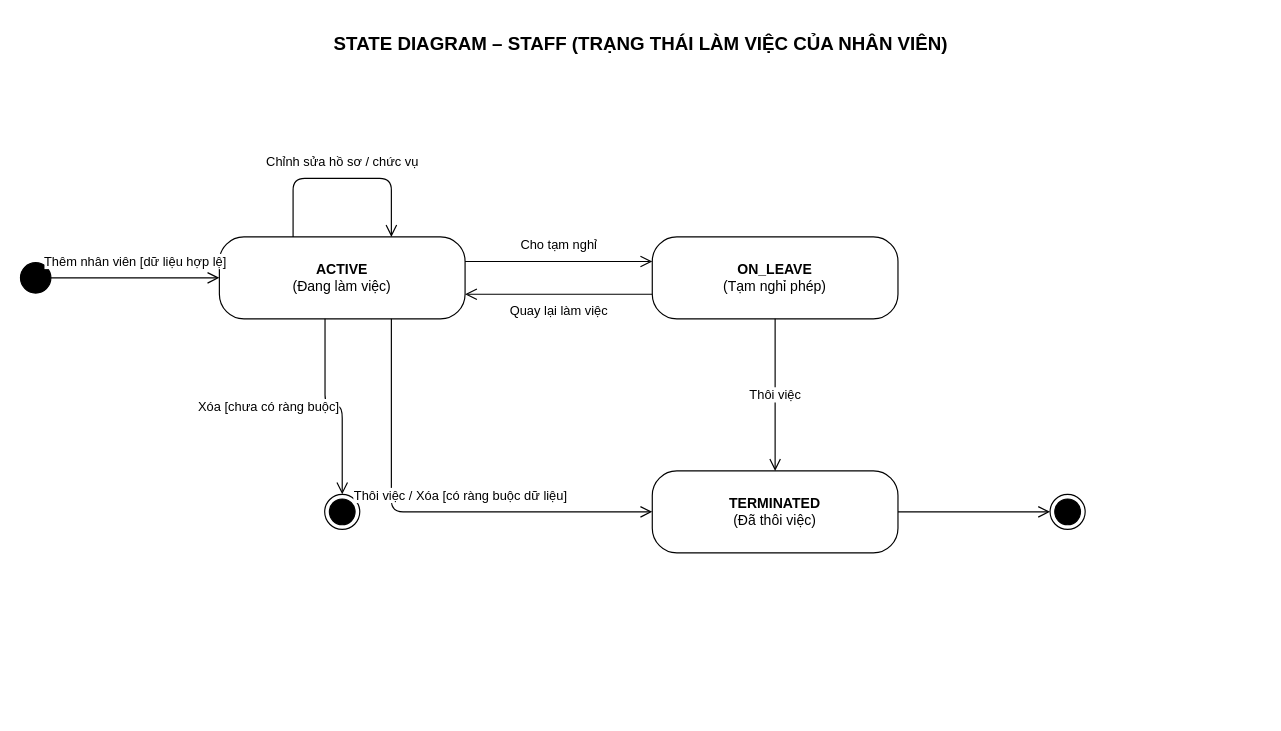
Earlier version of the draw.io diagram docs/diagrams/State diagram/state-staff.drawio (chihai9-dev/quan-ly-nha-sach-ooad). Source tidied: cells renumbered, new cells numbered last; positions are measured from the earlier drawing's top-left corner, leaving out a move shared by most shapes. Both pictures are drawn from the tidied source at 117%, with x=0, y=0 at pixel (20, 26).
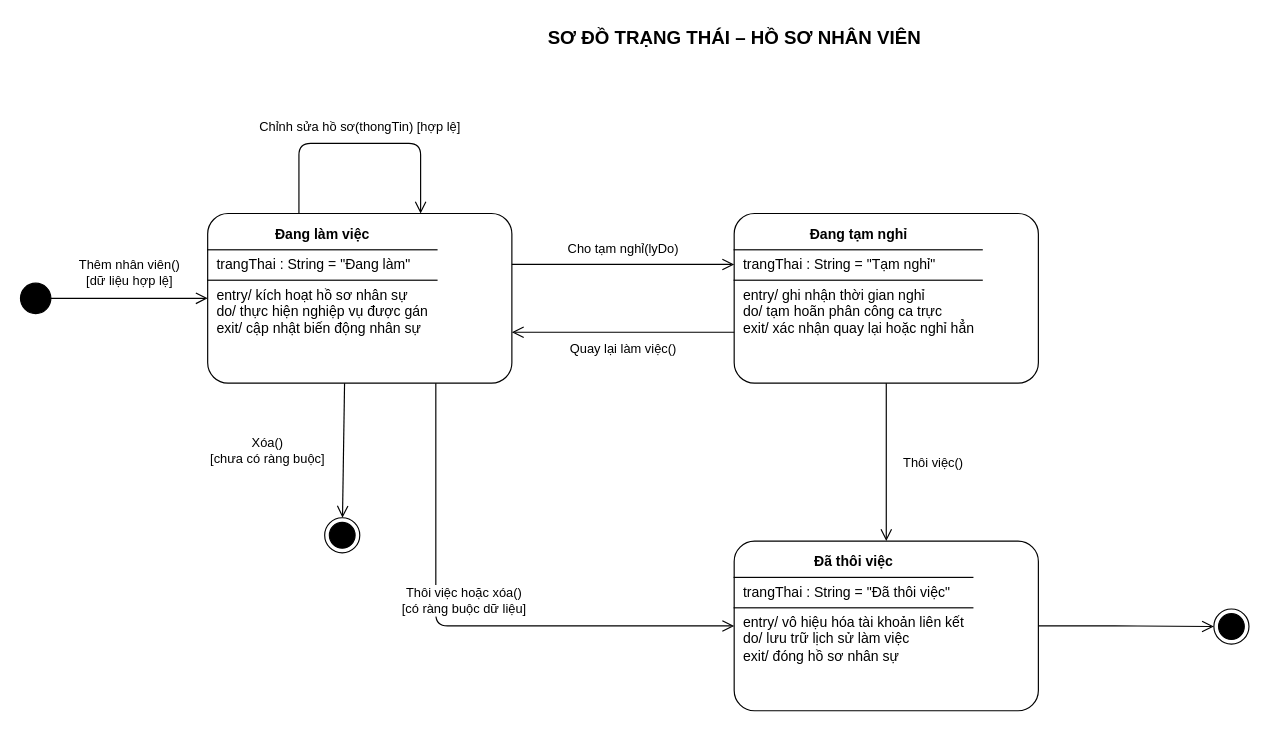
After the change.

Change to the diagram source:
```diff
@@
-    <mxCell id="2" value="&lt;b&gt;STATE DIAGRAM – STAFF (TRẠNG THÁI LÀM VIỆC CỦA NHÂN VIÊN)&lt;/b&gt;" style="text;html=1;align=center;verticalAlign=middle;fontSize=16;" parent="1" vertex="1">
-      <mxGeometry x="180" width="700" height="30" as="geometry" />
+    <mxCell id="2" value="&lt;b&gt;SƠ ĐỒ TRẠNG THÁI – HỒ SƠ NHÂN VIÊN&lt;/b&gt;" style="text;html=1;align=center;verticalAlign=middle;fontSize=16;" parent="1" vertex="1">
+      <mxGeometry x="160" y="-5" width="900" height="30" as="geometry" />
     </mxCell>
     <mxCell id="3" style="ellipse;html=1;fillColor=#000000;strokeColor=#000000;" parent="1" vertex="1">
-      <mxGeometry y="202" width="26" height="26" as="geometry" />
+      <mxGeometry y="219.5" width="26" height="26" as="geometry" />
     </mxCell>
-    <mxCell id="4" value="&lt;b&gt;ACTIVE&lt;/b&gt;&lt;br&gt;(Đang làm việc)" style="rounded=1;whiteSpace=wrap;html=1;arcSize=30;fillColor=#ffffff;strokeColor=#000000;" parent="1" vertex="1">
-      <mxGeometry x="170" y="180" width="210" height="70" as="geometry" />
+    <mxCell id="4" value="&lt;p style=&quot;margin:0;padding:6px 8px;text-align:center;&quot;&gt;&lt;b&gt;Đang làm việc&lt;/b&gt;&lt;/p&gt;&lt;hr style=&quot;border:0;border-top:1px solid #000000;margin:0;&quot;/&gt;&lt;p style=&quot;margin:0;padding:5px 8px;&quot;&gt;trangThai : String = &quot;Đang làm&quot;&lt;/p&gt;&lt;hr style=&quot;border:0;border-top:1px solid #000000;margin:0;&quot;/&gt;&lt;p style=&quot;margin:0;padding:5px 8px;&quot;&gt;entry/ kích hoạt hồ sơ nhân sự&lt;br/&gt;do/ thực hiện nghiệp vụ được gán&lt;br/&gt;exit/ cập nhật biến động nhân sự&lt;/p&gt;" style="rounded=1;whiteSpace=wrap;html=1;arcSize=12;fillColor=#ffffff;strokeColor=#000000;align=left;verticalAlign=top;spacing=0;fontSize=12;" parent="1" vertex="1">
+      <mxGeometry x="160" y="160" width="260" height="145" as="geometry" />
     </mxCell>
-    <mxCell id="5" value="&lt;b&gt;ON_LEAVE&lt;/b&gt;&lt;br&gt;(Tạm nghỉ phép)" style="rounded=1;whiteSpace=wrap;html=1;arcSize=30;fillColor=#ffffff;strokeColor=#000000;" parent="1" vertex="1">
-      <mxGeometry x="540" y="180" width="210" height="70" as="geometry" />
+    <mxCell id="5" value="&lt;p style=&quot;margin:0;padding:6px 8px;text-align:center;&quot;&gt;&lt;b&gt;Đang tạm nghỉ&lt;/b&gt;&lt;/p&gt;&lt;hr style=&quot;border:0;border-top:1px solid #000000;margin:0;&quot;/&gt;&lt;p style=&quot;margin:0;padding:5px 8px;&quot;&gt;trangThai : String = &quot;Tạm nghỉ&quot;&lt;/p&gt;&lt;hr style=&quot;border:0;border-top:1px solid #000000;margin:0;&quot;/&gt;&lt;p style=&quot;margin:0;padding:5px 8px;&quot;&gt;entry/ ghi nhận thời gian nghỉ&lt;br/&gt;do/ tạm hoãn phân công ca trực&lt;br/&gt;exit/ xác nhận quay lại hoặc nghỉ hẳn&lt;/p&gt;" style="rounded=1;whiteSpace=wrap;html=1;arcSize=12;fillColor=#ffffff;strokeColor=#000000;align=left;verticalAlign=top;spacing=0;fontSize=12;" parent="1" vertex="1">
+      <mxGeometry x="610" y="160" width="260" height="145" as="geometry" />
     </mxCell>
-    <mxCell id="6" value="&lt;b&gt;TERMINATED&lt;/b&gt;&lt;br&gt;(Đã thôi việc)" style="rounded=1;whiteSpace=wrap;html=1;arcSize=30;fillColor=#ffffff;strokeColor=#000000;" parent="1" vertex="1">
-      <mxGeometry x="540" y="380" width="210" height="70" as="geometry" />
+    <mxCell id="6" value="&lt;p style=&quot;margin:0;padding:6px 8px;text-align:center;&quot;&gt;&lt;b&gt;Đã thôi việc&lt;/b&gt;&lt;/p&gt;&lt;hr style=&quot;border:0;border-top:1px solid #000000;margin:0;&quot;/&gt;&lt;p style=&quot;margin:0;padding:5px 8px;&quot;&gt;trangThai : String = &quot;Đã thôi việc&quot;&lt;/p&gt;&lt;hr style=&quot;border:0;border-top:1px solid #000000;margin:0;&quot;/&gt;&lt;p style=&quot;margin:0;padding:5px 8px;&quot;&gt;entry/ vô hiệu hóa tài khoản liên kết&lt;br/&gt;do/ lưu trữ lịch sử làm việc&lt;br/&gt;exit/ đóng hồ sơ nhân sự&lt;/p&gt;" style="rounded=1;whiteSpace=wrap;html=1;arcSize=12;fillColor=#ffffff;strokeColor=#000000;align=left;verticalAlign=top;spacing=0;fontSize=12;" parent="1" vertex="1">
+      <mxGeometry x="610" y="440" width="260" height="145" as="geometry" />
     </mxCell>
     <mxCell id="7" style="ellipse;html=1;shape=endState;fillColor=#000000;strokeColor=#000000;" parent="1" vertex="1">
-      <mxGeometry x="260" y="400" width="30" height="30" as="geometry" />
+      <mxGeometry x="260" y="420" width="30" height="30" as="geometry" />
     </mxCell>
     <mxCell id="8" style="ellipse;html=1;shape=endState;fillColor=#000000;strokeColor=#000000;" parent="1" vertex="1">
-      <mxGeometry x="880" y="400" width="30" height="30" as="geometry" />
+      <mxGeometry x="1020" y="498" width="30" height="30" as="geometry" />
     </mxCell>
-    <mxCell id="9" value="Thêm nhân viên [dữ liệu hợp lệ]" style="edgeStyle=orthogonalEdgeStyle;rounded=1;html=1;endArrow=open;endSize=8;fontSize=11;labelBackgroundColor=#ffffff;" parent="1" edge="1" source="3" target="4">
+    <mxCell id="9" value="Thêm nhân viên()&lt;br/&gt;[dữ liệu hợp lệ]" style="edgeStyle=orthogonalEdgeStyle;rounded=1;html=1;endArrow=open;endSize=8;fontSize=11;strokeColor=#000000;labelBackgroundColor=#ffffff;" parent="1" edge="1" source="3" target="4">
       <mxGeometry relative="1" as="geometry">
-        <mxPoint y="-14" as="offset" />
+        <mxPoint y="-22" as="offset" />
       </mxGeometry>
     </mxCell>
-    <mxCell id="10" value="Chỉnh sửa hồ sơ / chức vụ" style="edgeStyle=orthogonalEdgeStyle;rounded=1;html=1;endArrow=open;endSize=8;exitX=0.3;exitY=0;exitDx=0;exitDy=0;entryX=0.7;entryY=0;entryDx=0;entryDy=0;fontSize=11;labelBackgroundColor=#ffffff;" parent="1" edge="1" source="4" target="4">
+    <mxCell id="10" value="Chỉnh sửa hồ sơ(thongTin) [hợp lệ]" style="edgeStyle=orthogonalEdgeStyle;rounded=1;html=1;endArrow=open;endSize=8;fontSize=11;strokeColor=#000000;labelBackgroundColor=#ffffff;exitX=0.3;exitY=0;entryX=0.7;entryY=0;" parent="1" edge="1" source="4" target="4">
       <mxGeometry relative="1" as="geometry">
         <Array as="points">
-          <mxPoint x="233" y="130" />
-          <mxPoint x="317" y="130" />
+          <mxPoint x="238" y="100" />
+          <mxPoint x="342" y="100" />
         </Array>
         <mxPoint y="-14" as="offset" />
       </mxGeometry>
     </mxCell>
-    <mxCell id="11" value="Cho tạm nghỉ" style="edgeStyle=orthogonalEdgeStyle;rounded=1;html=1;endArrow=open;endSize=8;exitX=1;exitY=0.3;exitDx=0;exitDy=0;entryX=0;entryY=0.3;entryDx=0;entryDy=0;fontSize=11;labelBackgroundColor=#ffffff;" parent="1" edge="1" source="4" target="5">
+    <mxCell id="11" value="Cho tạm nghỉ(lyDo)" style="edgeStyle=orthogonalEdgeStyle;rounded=1;html=1;endArrow=open;endSize=8;fontSize=11;strokeColor=#000000;labelBackgroundColor=#ffffff;exitX=1;exitY=0.3;entryX=0;entryY=0.3;" parent="1" edge="1" source="4" target="5">
       <mxGeometry relative="1" as="geometry">
         <mxPoint y="-14" as="offset" />
       </mxGeometry>
     </mxCell>
-    <mxCell id="12" value="Quay lại làm việc" style="edgeStyle=orthogonalEdgeStyle;rounded=1;html=1;endArrow=open;endSize=8;exitX=0;exitY=0.7;exitDx=0;exitDy=0;entryX=1;entryY=0.7;entryDx=0;entryDy=0;fontSize=11;labelBackgroundColor=#ffffff;" parent="1" edge="1" source="5" target="4">
+    <mxCell id="12" value="Quay lại làm việc()" style="edgeStyle=orthogonalEdgeStyle;rounded=1;html=1;endArrow=open;endSize=8;fontSize=11;strokeColor=#000000;labelBackgroundColor=#ffffff;exitX=0;exitY=0.7;entryX=1;entryY=0.7;" parent="1" edge="1" source="5" target="4">
       <mxGeometry relative="1" as="geometry">
         <mxPoint y="14" as="offset" />
       </mxGeometry>
     </mxCell>
-    <mxCell id="13" value="Thôi việc / Xóa [có ràng buộc dữ liệu]" style="edgeStyle=orthogonalEdgeStyle;rounded=1;html=1;endArrow=open;endSize=8;exitX=0.7;exitY=1;exitDx=0;exitDy=0;entryX=0;entryY=0.5;entryDx=0;entryDy=0;fontSize=11;labelBackgroundColor=#ffffff;" parent="1" edge="1" source="4" target="6">
+    <mxCell id="13" value="Thôi việc hoặc xóa()&lt;br/&gt;[có ràng buộc dữ liệu]" style="edgeStyle=orthogonalEdgeStyle;rounded=1;html=1;endArrow=open;endSize=8;fontSize=11;strokeColor=#000000;labelBackgroundColor=#ffffff;exitX=0.75;exitY=1;entryX=0;entryY=0.5;" parent="1" edge="1" source="4" target="6">
       <mxGeometry relative="1" as="geometry">
         <Array as="points">
-          <mxPoint x="317" y="415" />
+          <mxPoint x="355" y="512" />
         </Array>
-        <mxPoint x="30" y="-14" as="offset" />
+        <mxPoint y="-22" as="offset" />
       </mxGeometry>
     </mxCell>
-    <mxCell id="14" value="Thôi việc" style="edgeStyle=orthogonalEdgeStyle;rounded=1;html=1;endArrow=open;endSize=8;fontSize=11;labelBackgroundColor=#ffffff;" parent="1" edge="1" source="5" target="6">
-      <mxGeometry relative="1" as="geometry" />
+    <mxCell id="14" value="Thôi việc()" style="edgeStyle=orthogonalEdgeStyle;rounded=1;html=1;endArrow=open;endSize=8;fontSize=11;strokeColor=#000000;labelBackgroundColor=#ffffff;" parent="1" edge="1" source="5" target="6">
+      <mxGeometry relative="1" as="geometry">
+        <mxPoint x="40" as="offset" />
+      </mxGeometry>
     </mxCell>
-    <mxCell id="15" value="Xóa [chưa có ràng buộc]" style="edgeStyle=orthogonalEdgeStyle;rounded=1;html=1;endArrow=open;endSize=8;exitX=0.43;exitY=1;exitDx=0;exitDy=0;fontSize=11;labelBackgroundColor=#ffffff;" parent="1" edge="1" source="4" target="7">
+    <mxCell id="15" value="Xóa()&lt;br/&gt;[chưa có ràng buộc]" style="rounded=1;html=1;endArrow=open;endSize=8;fontSize=11;strokeColor=#000000;labelBackgroundColor=#ffffff;exitX=0.45;exitY=1;elbow=vertical;" parent="1" edge="1" source="4" target="7">
       <mxGeometry relative="1" as="geometry">
-        <mxPoint x="-55" as="offset" />
+        <mxPoint x="-65" as="offset" />
       </mxGeometry>
     </mxCell>
-    <mxCell id="16" style="edgeStyle=orthogonalEdgeStyle;rounded=1;html=1;endArrow=open;endSize=8;" parent="1" edge="1" source="6" target="8">
+    <mxCell id="16" style="edgeStyle=orthogonalEdgeStyle;rounded=1;html=1;endArrow=open;endSize=8;fontSize=11;strokeColor=#000000;labelBackgroundColor=#ffffff;" parent="1" edge="1" source="6" target="8">
       <mxGeometry relative="1" as="geometry" />
     </mxCell>
```
